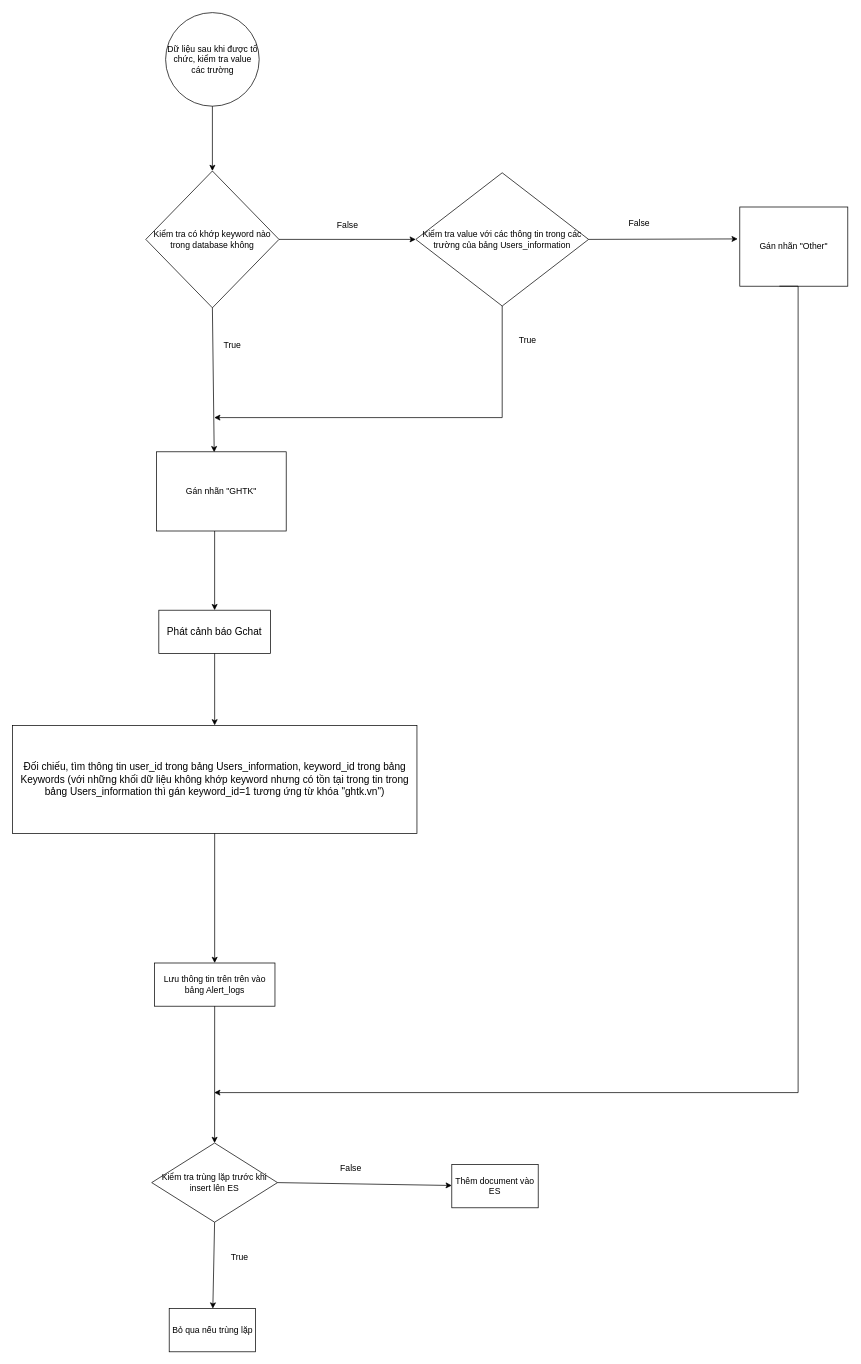
The draw.io diagram biểu đồ hoạt động.drawio in tung23102000/test-ssh, before the edit. Source tidied: cells renumbered, new cells numbered last; positions are measured from the earlier drawing's top-left corner, leaving out a move shared by most shapes. Both pictures are drawn from the tidied source at 72%, with x=0, y=0 at pixel (12, 12).
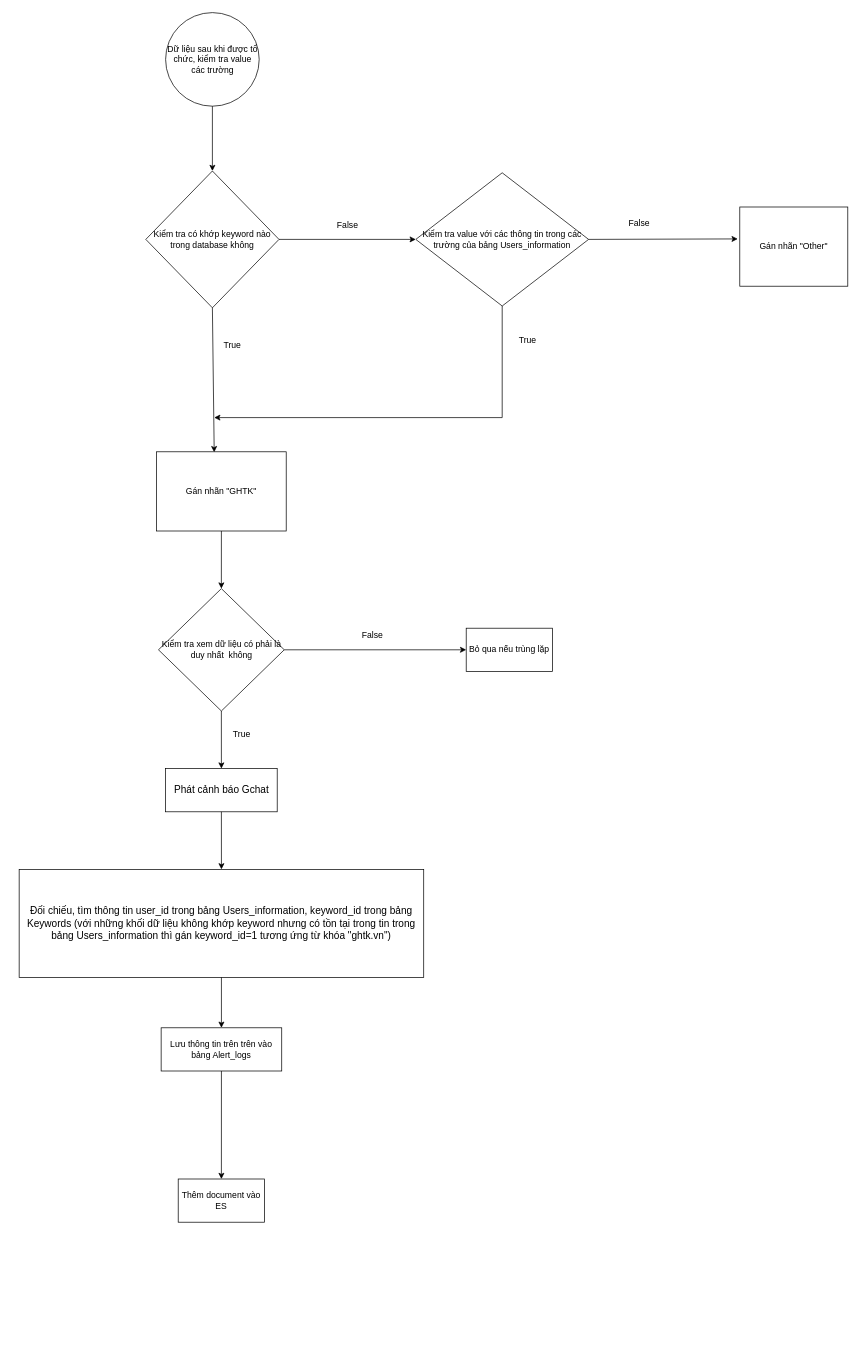
Above is the later version.

Commit message:
Cập nhật biểu đồ hoạt động.drawio

Unchanged cells that the change refers to:
```xml
<mxCell id="18" value="Gán nhãn &quot;GHTK&quot;" style="rounded=0;whiteSpace=wrap;html=1;" parent="1" vertex="1">
  <mxGeometry x="200" y="610" width="180" height="110" as="geometry" />
</mxCell>
```

Change to the diagram source:
```diff
@@
     <mxCell id="5" value="&lt;font style=&quot;font-size: 14px;&quot;&gt;Đối chiếu, tìm thông tin user_id trong bảng Users_information, keyword_id trong bảng Keywords (với những khối dữ liệu không khớp keyword nhưng có tồn tại trong tin trong bảng Users_information thì gán keyword_id=1 tương ứng từ khóa &quot;ghtk.vn&quot;)&lt;/font&gt;" style="rounded=0;whiteSpace=wrap;html=1;" parent="1" vertex="1">
-      <mxGeometry x="-0.3" y="990" width="561.9" height="150" as="geometry" />
+      <mxGeometry x="9.1" y="1190" width="561.9" height="150" as="geometry" />
     </mxCell>
     <mxCell id="6" value="Lưu thông tin trên trên vào bảng Alert_logs" style="rounded=0;whiteSpace=wrap;html=1;" parent="1" vertex="1">
-      <mxGeometry x="196.9" y="1320" width="167.5" height="60" as="geometry" />
+      <mxGeometry x="206.3" y="1410" width="167.5" height="60" as="geometry" />
     </mxCell>
@@
     <mxCell id="8" value="&lt;font style=&quot;font-size: 14px;&quot;&gt;Phát cảnh báo Gchat&lt;/font&gt;" style="rounded=0;whiteSpace=wrap;html=1;" parent="1" vertex="1">
-      <mxGeometry x="203.1" y="830" width="155" height="60" as="geometry" />
+      <mxGeometry x="212.5" y="1050" width="155" height="60" as="geometry" />
     </mxCell>
@@
-    <mxCell id="14" style="endArrow=classic;html=1;rounded=0;exitX=0.5;exitY=1;exitDx=0;exitDy=0;" parent="1" edge="1" target="8">
-      <mxGeometry relative="1" as="geometry">
-        <mxPoint x="280.6" y="720" as="sourcePoint" />
-      </mxGeometry>
-    </mxCell>
@@
-    <mxCell id="16" style="endArrow=classic;html=1;rounded=0;exitX=0.5;exitY=1;exitDx=0;exitDy=0;entryX=0.5;entryY=0;entryDx=0;entryDy=0;" parent="1" edge="1" source="6" target="24">
-      <mxGeometry relative="1" as="geometry" />
-    </mxCell>
@@
-    <mxCell id="20" style="endArrow=classic;html=1;rounded=0;exitX=0.5;exitY=1;exitDx=0;exitDy=0;edgeStyle=orthogonalEdgeStyle;" parent="1" edge="1">
-      <mxGeometry relative="1" as="geometry">
-        <mxPoint x="1065" y="380" as="sourcePoint" />
-        <mxPoint x="280" y="1500" as="targetPoint" />
-        <Array as="points">
-          <mxPoint x="1091" y="380" />
-          <mxPoint x="1091" y="1500" />
-        </Array>
-      </mxGeometry>
-    </mxCell>
@@
-    <mxCell id="24" value="Kiểm tra trùng lặp trước khi insert lên ES" style="rhombus;whiteSpace=wrap;html=1;" parent="1" vertex="1">
-      <mxGeometry x="193.2" y="1570" width="174.7" height="110" as="geometry" />
+    <mxCell id="24" value="Kiểm tra xem dữ liệu có phải là duy nhất&amp;nbsp; không" style="rhombus;whiteSpace=wrap;html=1;" parent="1" vertex="1">
+      <mxGeometry x="202.6" y="800" width="174.7" height="170" as="geometry" />
     </mxCell>
     <mxCell id="25" value="Bỏ qua nếu trùng lặp" style="rounded=0;whiteSpace=wrap;html=1;" parent="1" vertex="1">
-      <mxGeometry x="217.5" y="1800" width="120" height="60" as="geometry" />
+      <mxGeometry x="630" y="855" width="120" height="60" as="geometry" />
     </mxCell>
-    <mxCell id="26" style="endArrow=classic;html=1;rounded=0;exitX=0.5;exitY=1;exitDx=0;exitDy=0;" parent="1" edge="1" source="24" target="25">
-      <mxGeometry relative="1" as="geometry" />
-    </mxCell>
-    <mxCell id="27" style="endArrow=classic;html=1;rounded=0;exitX=1;exitY=0.5;exitDx=0;exitDy=0;" parent="1" edge="1" source="24" target="28">
-      <mxGeometry relative="1" as="geometry" />
-    </mxCell>
     <mxCell id="28" value="Thêm document vào ES" style="rounded=0;whiteSpace=wrap;html=1;" parent="1" vertex="1">
-      <mxGeometry x="610" y="1600" width="120" height="60" as="geometry" />
+      <mxGeometry x="230" y="1620" width="120" height="60" as="geometry" />
     </mxCell>
     <mxCell id="29" value="False" style="text;html=1;strokeColor=none;fillColor=none;align=center;verticalAlign=middle;whiteSpace=wrap;rounded=0;" parent="1" vertex="1">
-      <mxGeometry x="440" y="1590" width="60" height="30" as="geometry" />
+      <mxGeometry x="470" y="850" width="60" height="30" as="geometry" />
     </mxCell>
+    <mxCell id="26" style="endArrow=classic;html=1;rounded=0;entryX=0;entryY=0.5;entryDx=0;entryDy=0;exitX=1;exitY=0.5;exitDx=0;exitDy=0;" parent="1" edge="1" source="24" target="25">
+      <mxGeometry relative="1" as="geometry" />
+    </mxCell>
+    <mxCell id="31" style="endArrow=classic;html=1;rounded=0;exitX=0.5;exitY=1;exitDx=0;exitDy=0;entryX=0.5;entryY=0;entryDx=0;entryDy=0;" parent="1" edge="1" source="24" target="8">
+      <mxGeometry relative="1" as="geometry" />
+    </mxCell>
+    <mxCell id="32" style="endArrow=classic;html=1;rounded=0;exitX=0.5;exitY=1;exitDx=0;exitDy=0;entryX=0.5;entryY=0;entryDx=0;entryDy=0;" parent="1" edge="1" source="18" target="24">
+      <mxGeometry relative="1" as="geometry" />
+    </mxCell>
     <mxCell id="30" value="True" style="text;html=1;align=center;verticalAlign=middle;strokeColor=none;fillColor=none;" parent="1" vertex="1">
-      <mxGeometry x="290" y="1714" width="50" height="30" as="geometry" />
+      <mxGeometry x="292.5" y="988" width="50" height="30" as="geometry" />
     </mxCell>
+    <mxCell id="33" style="endArrow=classic;html=1;rounded=0;exitX=0.5;exitY=1;exitDx=0;exitDy=0;entryX=0.5;entryY=0;entryDx=0;entryDy=0;" parent="1" edge="1" source="6" target="28">
+      <mxGeometry relative="1" as="geometry" />
+    </mxCell>
```
